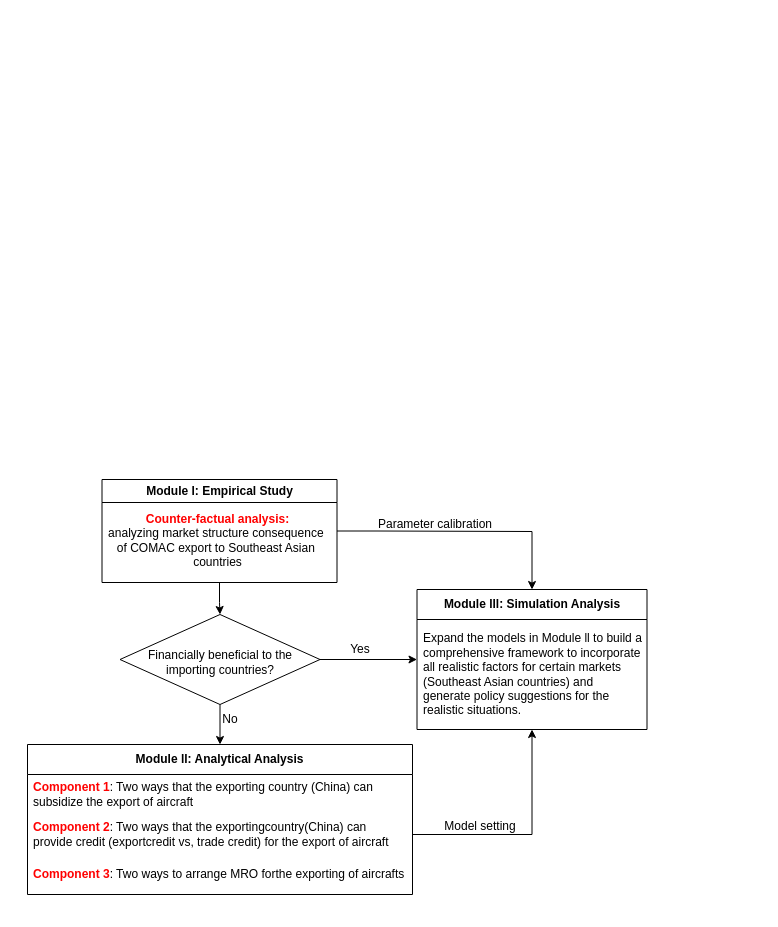
Before: Aircraft Export.drawio in HengfeiMa95/paper-reading, a draw.io diagram. Source tidied: cells renumbered, new cells numbered last; positions are measured from the earlier drawing's top-left corner, leaving out a move shared by most shapes. Both pictures are drawn from the tidied source at 100%, with x=0, y=0 at pixel (27, 479).
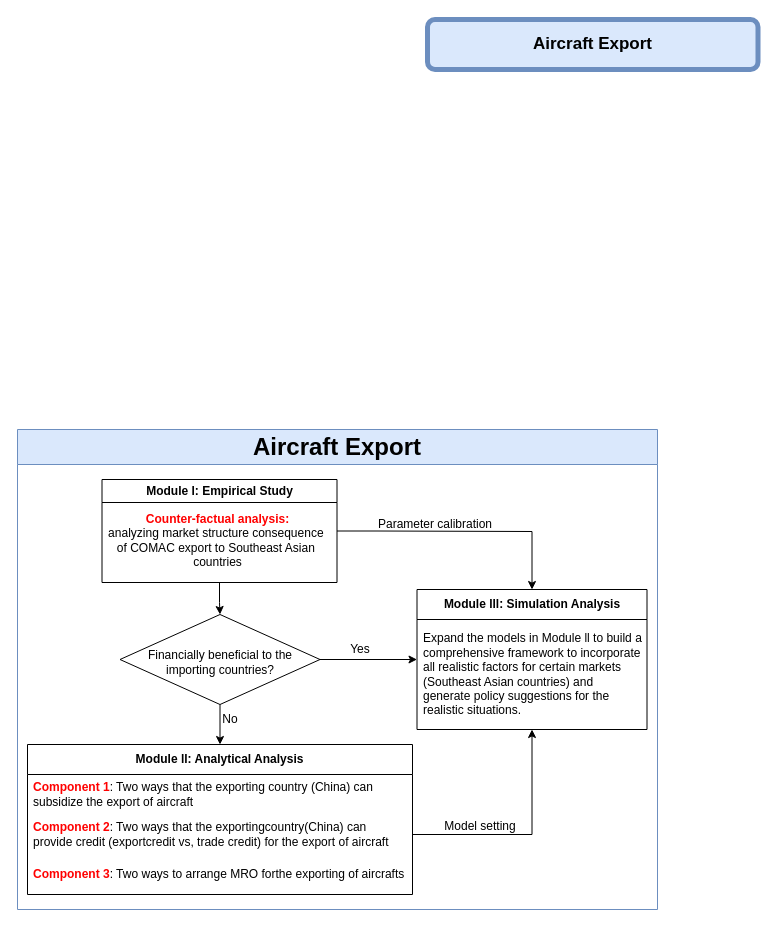
Above is the later version.

Change to the diagram source:
```diff
@@
+    <mxCell id="21" value="Aircraft Export" style="rounded=1;whiteSpace=wrap;html=1;strokeWidth=5;fillColor=#dae8fc;strokeColor=#6c8ebf;fontStyle=1;fontSize=17;" parent="1" vertex="1">
+      <mxGeometry x="400" y="-460" width="330.5" height="50" as="geometry" />
+    </mxCell>
+    <mxCell id="22" value="&lt;font style=&quot;font-size: 24px;&quot;&gt;Aircraft Export&lt;/font&gt;" style="swimlane;whiteSpace=wrap;html=1;fillColor=#dae8fc;strokeColor=#6c8ebf;startSize=35;" parent="1" vertex="1">
+      <mxGeometry x="-10" y="-50" width="640" height="480" as="geometry" />
+    </mxCell>
```
